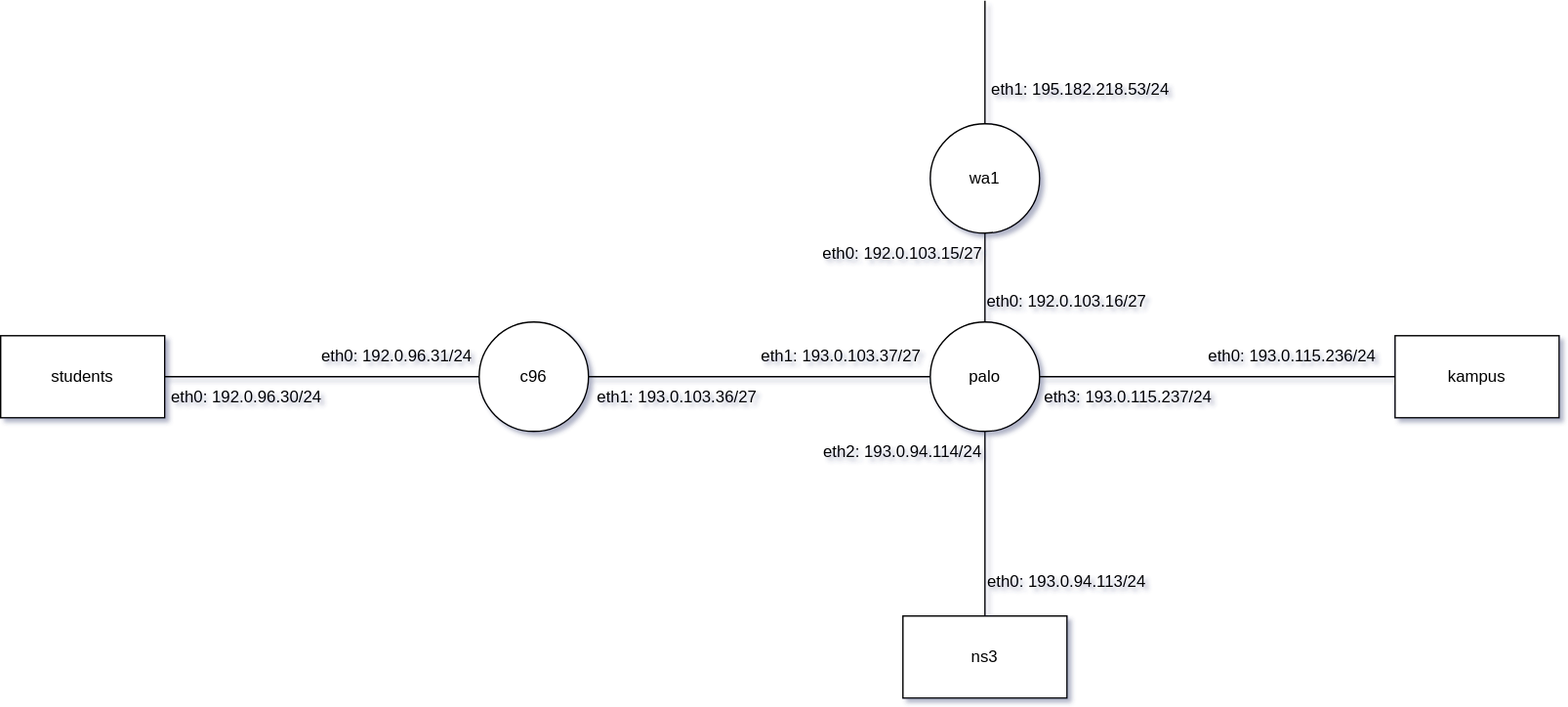
This is proj3/network.svg from MrD4rkne/sik, a draw.io export, as it was before one commit. Source tidied: cells renumbered, new cells last; positions are measured from the earlier drawing's top-left corner, leaving out a move shared by most shapes.
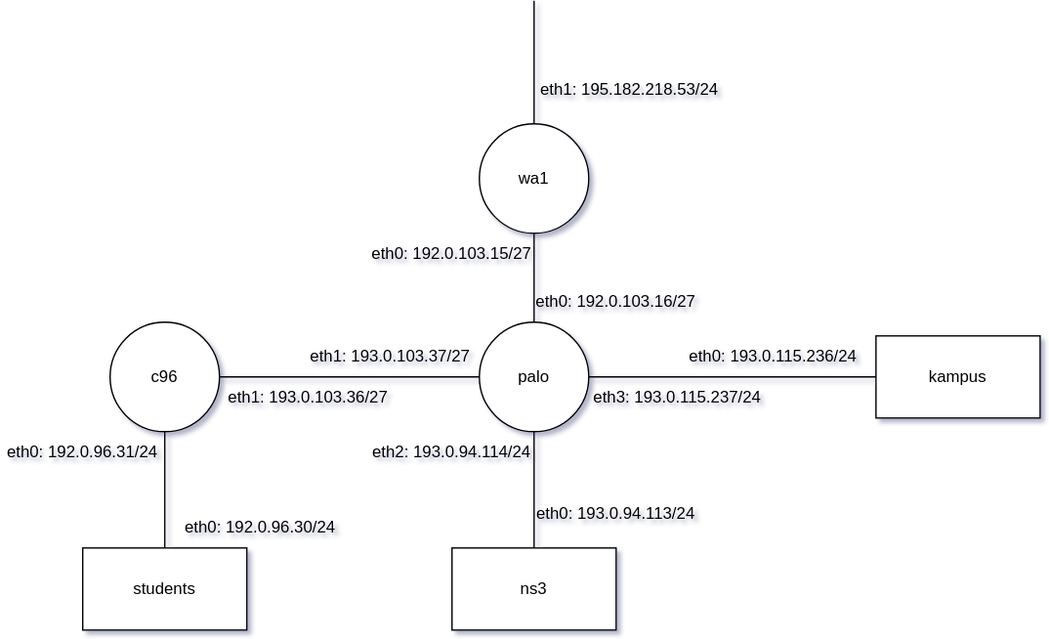
Later version of the same file.

Commit message:
Implement new feature for user authentication and improve error handling

The edit, as a diff of the source:
```diff
@@ -2,10 +2,8 @@
   <root>
     <mxCell id="0" />
     <mxCell id="1" parent="0" />
-    <mxCell id="2" style="edgeStyle=orthogonalEdgeStyle;rounded=0;jettySize=auto;html=1;exitX=1;exitY=0.5;exitDx=0;exitDy=0;strokeColor=default;endArrow=none;startFill=0;" parent="1" edge="1" source="9">
-      <mxGeometry relative="1" as="geometry">
-        <mxPoint x="420" y="275" as="targetPoint" />
-      </mxGeometry>
+    <mxCell id="2" style="edgeStyle=orthogonalEdgeStyle;rounded=0;jettySize=auto;html=1;exitX=0.5;exitY=0;exitDx=0;exitDy=0;strokeColor=default;endArrow=none;startFill=0;entryX=0.5;entryY=1;entryDx=0;entryDy=0;" parent="1" edge="1" source="9" target="13">
+      <mxGeometry relative="1" as="geometry" />
     </mxCell>
     <mxCell id="3" style="edgeStyle=orthogonalEdgeStyle;rounded=0;jettySize=auto;html=1;exitX=0.5;exitY=1;exitDx=0;exitDy=0;entryX=0.5;entryY=0;entryDx=0;entryDy=0;endArrow=none;startFill=0;" parent="1" edge="1" source="18" target="21">
       <mxGeometry relative="1" as="geometry" />
@@ -24,30 +22,6 @@
         <mxPoint x="720" as="targetPoint" />
       </mxGeometry>
     </mxCell>
-    <mxCell id="8" style="group;" parent="1" vertex="1">
-      <mxGeometry y="245" width="240" height="60" as="geometry" />
-    </mxCell>
-    <mxCell id="9" value="students" style="rounded=0;whiteSpace=wrap;html=1;" parent="8" vertex="1">
-      <mxGeometry width="120" height="60" as="geometry" />
-    </mxCell>
-    <mxCell id="10" value="eth0: 192.0.96.30/24" style="text;html=1;align=center;verticalAlign=middle;whiteSpace=wrap;rounded=0;" parent="8" vertex="1">
-      <mxGeometry x="120" y="30" width="120" height="30" as="geometry" />
-    </mxCell>
-    <mxCell id="11" style="group;" parent="1" vertex="1">
-      <mxGeometry x="240" y="235" width="320" height="80" as="geometry" />
-    </mxCell>
-    <mxCell id="12" style="group;" parent="11" vertex="1">
-      <mxGeometry width="190" height="80" as="geometry" />
-    </mxCell>
-    <mxCell id="13" value="&lt;div&gt;c96&lt;/div&gt;" style="ellipse;whiteSpace=wrap;html=1;" parent="12" vertex="1">
-      <mxGeometry x="110" width="80" height="80" as="geometry" />
-    </mxCell>
-    <mxCell id="14" value="eth0: 192.0.96.31/24" style="text;html=1;align=center;verticalAlign=middle;whiteSpace=wrap;rounded=0;" parent="12" vertex="1">
-      <mxGeometry x="-10" y="10" width="120" height="30" as="geometry" />
-    </mxCell>
-    <mxCell id="15" value="eth1: 193.0.103.36/27" style="text;html=1;align=center;verticalAlign=middle;whiteSpace=wrap;rounded=0;" parent="11" vertex="1">
-      <mxGeometry x="190" y="40" width="130" height="30" as="geometry" />
-    </mxCell>
     <mxCell id="16" style="group;" parent="1" vertex="1">
       <mxGeometry x="600" y="50" width="260" height="150" as="geometry" />
     </mxCell>
@@ -79,7 +53,7 @@
       <mxGeometry x="50" y="110" width="120" height="30" as="geometry" />
     </mxCell>
     <mxCell id="26" style="group;" parent="1" vertex="1">
-      <mxGeometry x="880" y="245" width="260" height="60" as="geometry" />
+      <mxGeometry x="830" y="245" width="260" height="60" as="geometry" />
     </mxCell>
     <mxCell id="27" value="kampus" style="rounded=0;whiteSpace=wrap;html=1;" parent="26" vertex="1">
       <mxGeometry x="140" width="120" height="60" as="geometry" />
@@ -88,7 +62,7 @@
       <mxGeometry width="130" height="30" as="geometry" />
     </mxCell>
     <mxCell id="29" style="group;" parent="1" vertex="1">
-      <mxGeometry x="660" y="410" width="180" height="100" as="geometry" />
+      <mxGeometry x="660" y="360" width="180" height="100" as="geometry" />
     </mxCell>
     <mxCell id="30" value="ns3" style="rounded=0;whiteSpace=wrap;html=1;" parent="29" vertex="1">
       <mxGeometry y="40" width="120" height="60" as="geometry" />
@@ -96,5 +70,26 @@
     <mxCell id="31" value="eth0: 193.0.94.113/24" style="text;html=1;align=center;verticalAlign=middle;whiteSpace=wrap;rounded=0;" parent="29" vertex="1">
       <mxGeometry x="60" width="120" height="30" as="geometry" />
     </mxCell>
+    <mxCell id="15" value="eth1: 193.0.103.36/27" style="text;html=1;align=center;verticalAlign=middle;whiteSpace=wrap;rounded=0;" parent="1" vertex="1">
+      <mxGeometry x="490" y="275" width="130" height="30" as="geometry" />
+    </mxCell>
+    <mxCell id="32" style="group;" parent="1" vertex="1">
+      <mxGeometry x="390" y="370" width="190" height="90" as="geometry" />
+    </mxCell>
+    <mxCell id="9" value="students" style="rounded=0;whiteSpace=wrap;html=1;" parent="32" vertex="1">
+      <mxGeometry y="30" width="120" height="60" as="geometry" />
+    </mxCell>
+    <mxCell id="10" value="eth0: 192.0.96.30/24" style="text;html=1;align=center;verticalAlign=middle;whiteSpace=wrap;rounded=0;" parent="32" vertex="1">
+      <mxGeometry x="70" width="120" height="30" as="geometry" />
+    </mxCell>
+    <mxCell id="33" style="group;" parent="1" vertex="1">
+      <mxGeometry x="330" y="235" width="160" height="110" as="geometry" />
+    </mxCell>
+    <mxCell id="13" value="&lt;div&gt;c96&lt;/div&gt;" style="ellipse;whiteSpace=wrap;html=1;" parent="33" vertex="1">
+      <mxGeometry x="80" width="80" height="80" as="geometry" />
+    </mxCell>
+    <mxCell id="14" value="eth0: 192.0.96.31/24" style="text;html=1;align=center;verticalAlign=middle;whiteSpace=wrap;rounded=0;" parent="33" vertex="1">
+      <mxGeometry y="80" width="120" height="30" as="geometry" />
+    </mxCell>
   </root>
 </mxGraphModel>
```
